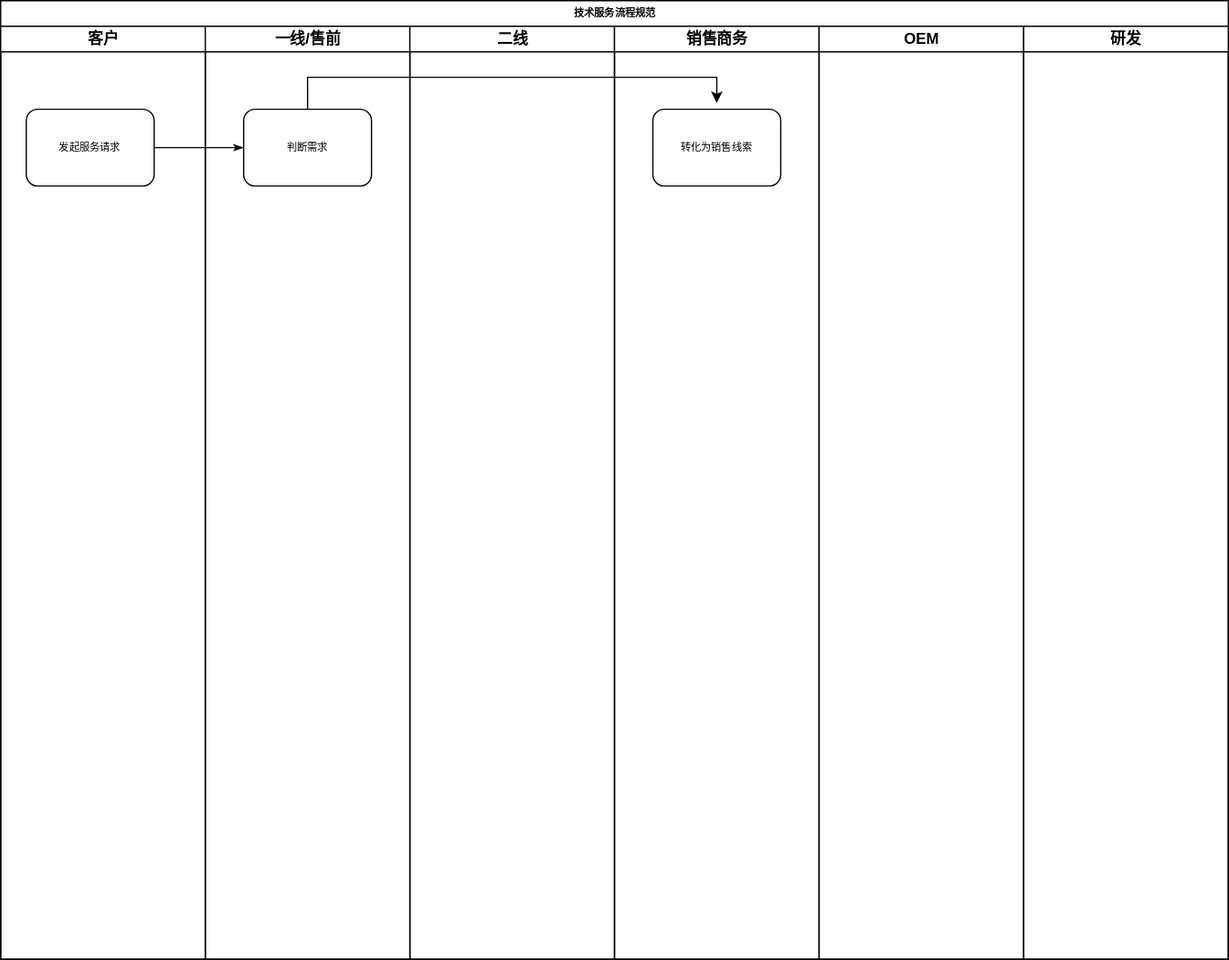
Before: 流程规范及制度.drawio.svg, a diagram exported from draw.io (lawesen/lcgfzd). Source tidied: cells renumbered, new cells last; positions are measured from the earlier drawing's top-left corner, leaving out a move shared by most shapes.
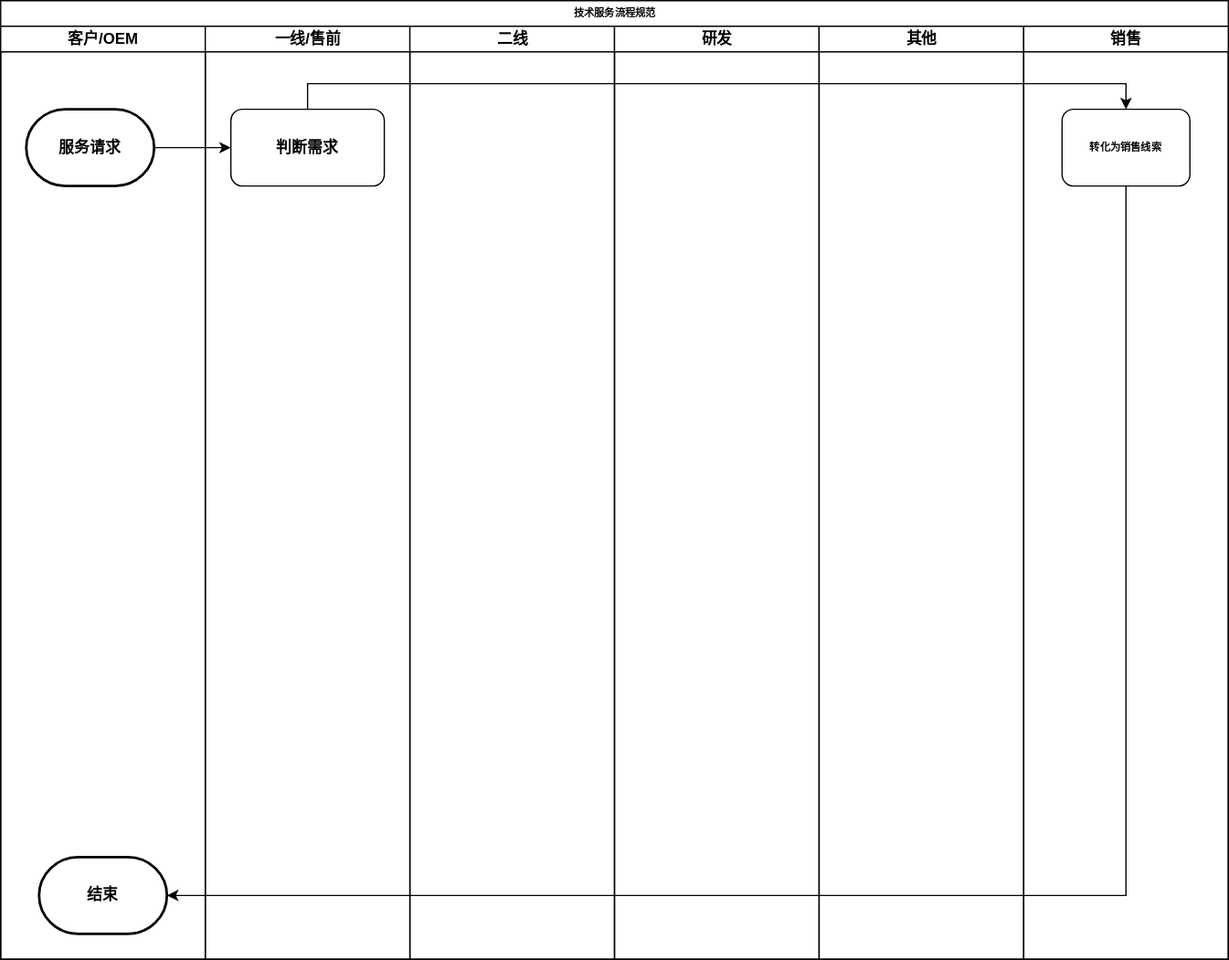
After the change.

Commit message:
更新流程规范及制度.drawio.svg

What changed in the source:
```diff
@@ -5,44 +5,44 @@
     <mxCell id="2" value="技术服务流程规范" style="swimlane;html=1;startSize=20;rounded=0;shadow=0;labelBackgroundColor=none;strokeWidth=1;fontFamily=Verdana;fontSize=8;align=center;" parent="1" vertex="1">
       <mxGeometry width="960" height="750" as="geometry" />
     </mxCell>
-    <mxCell id="3" value="客户" style="swimlane;html=1;startSize=20;" parent="2" vertex="1">
+    <mxCell id="3" value="客户/OEM" style="swimlane;html=1;startSize=20;" parent="2" vertex="1">
       <mxGeometry y="20" width="160" height="730" as="geometry" />
     </mxCell>
-    <mxCell id="4" value="发起服务请求" style="rounded=1;whiteSpace=wrap;html=1;shadow=0;labelBackgroundColor=none;strokeWidth=1;fontFamily=Verdana;fontSize=8;align=center;" parent="3" vertex="1">
-      <mxGeometry x="20" y="65" width="100" height="60" as="geometry" />
-    </mxCell>
-    <mxCell id="5" style="edgeStyle=orthogonalEdgeStyle;rounded=1;html=1;labelBackgroundColor=none;startArrow=none;startFill=0;startSize=5;endArrow=classicThin;endFill=1;endSize=5;jettySize=auto;strokeWidth=1;fontFamily=Verdana;fontSize=8;" parent="2" edge="1" source="4" target="7">
-      <mxGeometry relative="1" as="geometry" />
-    </mxCell>
+    <mxCell id="14" value="服务请求" style="strokeWidth=2;html=1;shape=mxgraph.flowchart.terminator;whiteSpace=wrap;fontStyle=1;" parent="3" vertex="1">
+      <mxGeometry x="20" y="65" width="100" height="60" as="geometry" />
+    </mxCell>
+    <mxCell id="15" value="结束" style="strokeWidth=2;html=1;shape=mxgraph.flowchart.terminator;whiteSpace=wrap;fontStyle=1;" parent="3" vertex="1">
+      <mxGeometry x="30" y="650" width="100" height="60" as="geometry" />
+    </mxCell>
     <mxCell id="6" value="一线/售前" style="swimlane;html=1;startSize=20;" parent="2" vertex="1">
       <mxGeometry x="160" y="20" width="160" height="730" as="geometry" />
     </mxCell>
-    <mxCell id="7" value="判断需求" style="rounded=1;whiteSpace=wrap;html=1;shadow=0;labelBackgroundColor=none;strokeWidth=1;fontFamily=Verdana;fontSize=8;align=center;" parent="6" vertex="1">
-      <mxGeometry x="30" y="65" width="100" height="60" as="geometry" />
+    <mxCell id="7" value="判断需求" style="rounded=1;whiteSpace=wrap;html=1;fontStyle=1;" parent="6" vertex="1">
+      <mxGeometry x="20" y="65" width="120" height="60" as="geometry" />
     </mxCell>
     <mxCell id="8" value="二线" style="swimlane;html=1;startSize=20;" parent="2" vertex="1">
       <mxGeometry x="320" y="20" width="160" height="730" as="geometry" />
     </mxCell>
-    <mxCell id="9" value="销售商务" style="swimlane;html=1;startSize=20;" parent="2" vertex="1">
+    <mxCell id="9" value="研发" style="swimlane;html=1;startSize=20;" parent="2" vertex="1">
       <mxGeometry x="480" y="20" width="160" height="730" as="geometry" />
     </mxCell>
-    <mxCell id="10" value="转化为销售线索" style="rounded=1;whiteSpace=wrap;html=1;shadow=0;labelBackgroundColor=none;strokeWidth=1;fontFamily=Verdana;fontSize=8;align=center;" parent="9" vertex="1">
-      <mxGeometry x="30" y="65" width="100" height="60" as="geometry" />
-    </mxCell>
-    <mxCell id="11" value="OEM" style="swimlane;html=1;startSize=20;" parent="2" vertex="1">
+    <mxCell id="11" value="其他" style="swimlane;html=1;startSize=20;" parent="2" vertex="1">
       <mxGeometry x="640" y="20" width="160" height="730" as="geometry" />
     </mxCell>
-    <mxCell id="12" value="研发" style="swimlane;html=1;startSize=20;" parent="2" vertex="1">
+    <mxCell id="12" value="销售" style="swimlane;html=1;startSize=20;" parent="2" vertex="1">
       <mxGeometry x="800" y="20" width="160" height="730" as="geometry" />
     </mxCell>
-    <mxCell id="13" style="edgeStyle=orthogonalEdgeStyle;rounded=0;jettySize=auto;html=1;exitX=0.5;exitY=0;exitDx=0;exitDy=0;" parent="2" edge="1" source="7">
-      <mxGeometry relative="1" as="geometry">
-        <mxPoint x="560" y="80" as="targetPoint" />
-        <Array as="points">
-          <mxPoint x="240" y="60" />
-          <mxPoint x="560" y="60" />
-        </Array>
-      </mxGeometry>
-    </mxCell>
+    <mxCell id="10" value="转化为销售线索" style="rounded=1;whiteSpace=wrap;html=1;shadow=0;labelBackgroundColor=none;strokeWidth=1;fontFamily=Verdana;fontSize=8;align=center;fontStyle=1;" parent="12" vertex="1">
+      <mxGeometry x="30" y="65" width="100" height="60" as="geometry" />
+    </mxCell>
+    <mxCell id="16" style="edgeStyle=orthogonalEdgeStyle;rounded=0;jettySize=auto;html=1;exitX=1;exitY=0.5;exitDx=0;exitDy=0;exitPerimeter=0;entryX=0;entryY=0.5;entryDx=0;entryDy=0;" parent="2" edge="1" source="14" target="7">
+      <mxGeometry relative="1" as="geometry" />
+    </mxCell>
+    <mxCell id="17" style="edgeStyle=orthogonalEdgeStyle;rounded=0;jettySize=auto;html=1;exitX=0.5;exitY=0;exitDx=0;exitDy=0;entryX=0.5;entryY=0;entryDx=0;entryDy=0;" parent="2" edge="1" source="7" target="10">
+      <mxGeometry relative="1" as="geometry" />
+    </mxCell>
+    <mxCell id="18" style="edgeStyle=orthogonalEdgeStyle;rounded=0;jettySize=auto;html=1;exitX=0.5;exitY=1;exitDx=0;exitDy=0;entryX=1;entryY=0.5;entryDx=0;entryDy=0;entryPerimeter=0;" parent="2" edge="1" source="10" target="15">
+      <mxGeometry relative="1" as="geometry" />
+    </mxCell>
   </root>
 </mxGraphModel>
```
